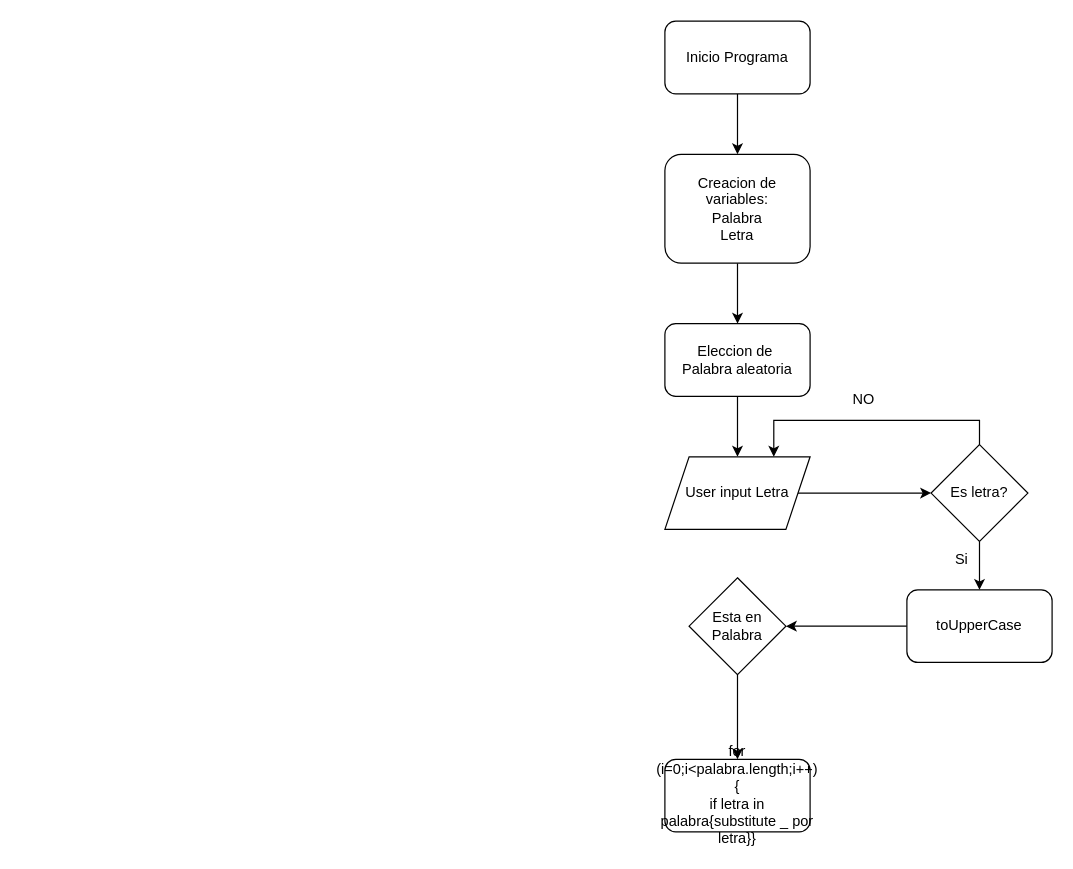
Earlier version of the draw.io diagram Base Datos/Diagramas ER/Entornos de Desarrollo.drawio (Gotrufo-Eloy/Proyectos). Source tidied: cells renumbered, new cells numbered last; positions are measured from the earlier drawing's top-left corner, leaving out a move shared by most shapes. Both pictures are drawn from the tidied source at 121%, with x=0, y=0 at pixel (664, 21).
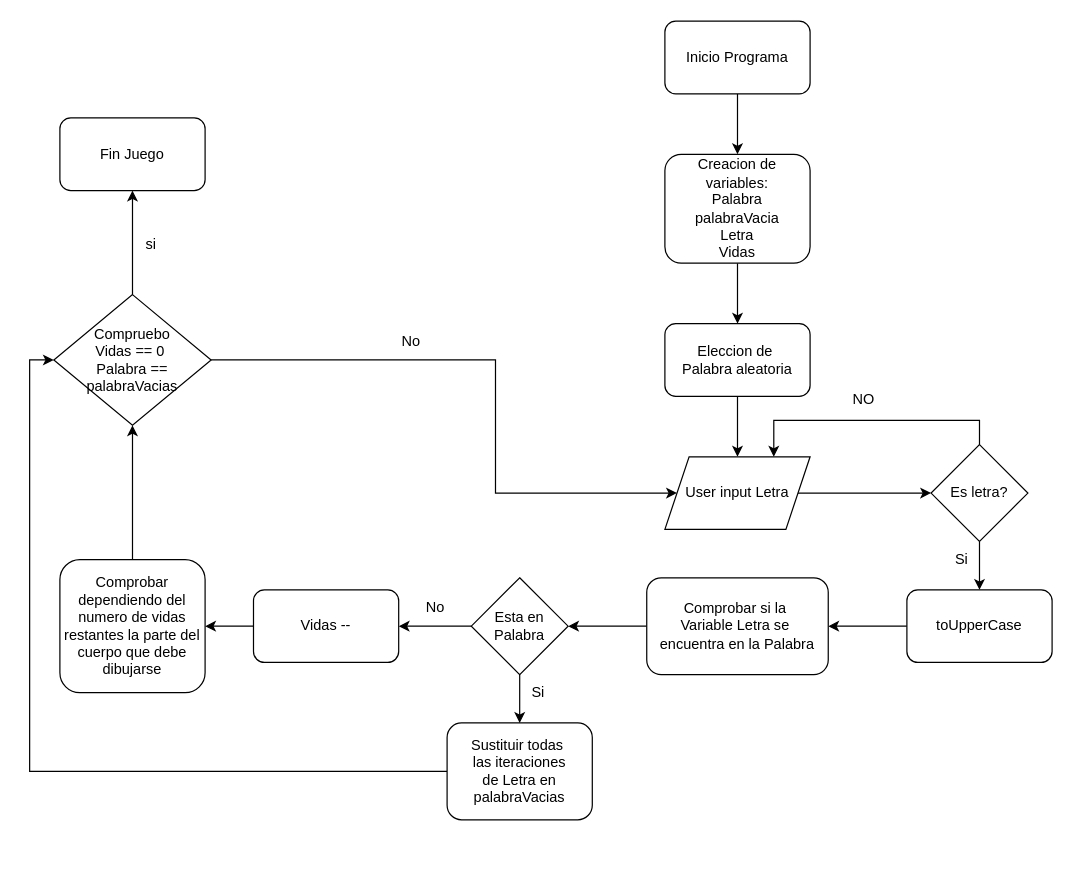
After the change.

Unchanged cells that the change refers to:
```xml
<mxCell id="12" value="toUpperCase" style="rounded=1;whiteSpace=wrap;html=1;" parent="1" vertex="1">
  <mxGeometry x="200" y="470" width="120" height="60" as="geometry" />
</mxCell>
<mxCell id="19" value="User input Letra" style="shape=parallelogram;perimeter=parallelogramPerimeter;whiteSpace=wrap;html=1;fixedSize=1;" parent="1" vertex="1">
  <mxGeometry y="360" width="120" height="60" as="geometry" />
</mxCell>
```

What changed in the source:
```diff
@@
-    <mxCell id="11" style="edgeStyle=orthogonalEdgeStyle;rounded=0;jettySize=auto;html=1;entryX=1;entryY=0.5;entryDx=0;entryDy=0;" parent="1" edge="1" source="12" target="15">
-      <mxGeometry relative="1" as="geometry" />
-    </mxCell>
+    <mxCell id="20" style="edgeStyle=orthogonalEdgeStyle;rounded=0;jettySize=auto;html=1;entryX=1;entryY=0.5;entryDx=0;entryDy=0;" parent="1" edge="1" source="12" target="16">
+      <mxGeometry relative="1" as="geometry" />
+    </mxCell>
@@
-    <mxCell id="14" style="edgeStyle=orthogonalEdgeStyle;rounded=0;jettySize=auto;html=1;entryX=0.5;entryY=0;entryDx=0;entryDy=0;" parent="1" edge="1" source="15" target="16">
-      <mxGeometry relative="1" as="geometry" />
-    </mxCell>
+    <mxCell id="21" style="edgeStyle=orthogonalEdgeStyle;rounded=0;jettySize=auto;html=1;entryX=0.5;entryY=0;entryDx=0;entryDy=0;" parent="1" edge="1" source="15" target="25">
+      <mxGeometry relative="1" as="geometry" />
+    </mxCell>
+    <mxCell id="22" style="edgeStyle=orthogonalEdgeStyle;rounded=0;jettySize=auto;html=1;entryX=1;entryY=0.5;entryDx=0;entryDy=0;" parent="1" edge="1" source="15" target="28">
+      <mxGeometry relative="1" as="geometry" />
+    </mxCell>
     <mxCell id="15" value="Esta en Palabra" style="rhombus;whiteSpace=wrap;html=1;" parent="1" vertex="1">
-      <mxGeometry x="20" y="460" width="80" height="80" as="geometry" />
+      <mxGeometry x="-160" y="460" width="80" height="80" as="geometry" />
     </mxCell>
+    <mxCell id="23" style="edgeStyle=orthogonalEdgeStyle;rounded=0;jettySize=auto;html=1;entryX=1;entryY=0.5;entryDx=0;entryDy=0;" parent="1" edge="1" source="16" target="15">
+      <mxGeometry relative="1" as="geometry" />
+    </mxCell>
-    <mxCell id="16" value="for (i=0;i&amp;lt;palabra.length;i++){&lt;br&gt;if letra in palabra{substitute _ por letra}}" style="rounded=1;whiteSpace=wrap;html=1;" parent="1" vertex="1">
-      <mxGeometry y="610" width="120" height="60" as="geometry" />
+    <mxCell id="16" value="Comprobar si la&amp;nbsp;&lt;br&gt;Variable Letra se&amp;nbsp;&lt;br&gt;encuentra en la Palabra" style="rounded=1;whiteSpace=wrap;html=1;" parent="1" vertex="1">
+      <mxGeometry x="-15" y="460" width="150" height="80" as="geometry" />
     </mxCell>
@@
-    <mxCell id="18" value="Creacion de variables:&lt;br&gt;Palabra&lt;br&gt;Letra" style="rounded=1;whiteSpace=wrap;html=1;" parent="1" vertex="1">
+    <mxCell id="18" value="Creacion de variables:&lt;br&gt;Palabra&lt;br&gt;palabraVacia&lt;br&gt;Letra&lt;div&gt;Vidas&lt;/div&gt;" style="rounded=1;whiteSpace=wrap;html=1;" parent="1" vertex="1">
       <mxGeometry y="110" width="120" height="90" as="geometry" />
     </mxCell>
@@
+    <mxCell id="24" style="edgeStyle=orthogonalEdgeStyle;rounded=0;jettySize=auto;html=1;entryX=0;entryY=0.5;entryDx=0;entryDy=0;" parent="1" edge="1" source="25" target="32">
+      <mxGeometry relative="1" as="geometry" />
+    </mxCell>
+    <mxCell id="25" value="Sustituir todas&amp;nbsp;&lt;br&gt;las iteraciones&lt;br&gt;de Letra en palabraVacias" style="rounded=1;whiteSpace=wrap;html=1;" parent="1" vertex="1">
+      <mxGeometry x="-180" y="580" width="120" height="80" as="geometry" />
+    </mxCell>
+    <mxCell id="26" value="Si" style="text;html=1;align=center;verticalAlign=middle;strokeColor=none;fillColor=none;" parent="1" vertex="1">
+      <mxGeometry x="-120" y="540" width="30" height="30" as="geometry" />
+    </mxCell>
+    <mxCell id="27" style="edgeStyle=orthogonalEdgeStyle;rounded=0;jettySize=auto;html=1;entryX=1;entryY=0.5;entryDx=0;entryDy=0;" parent="1" edge="1" source="28" target="36">
+      <mxGeometry relative="1" as="geometry" />
+    </mxCell>
+    <mxCell id="28" value="Vidas --" style="rounded=1;whiteSpace=wrap;html=1;" parent="1" vertex="1">
+      <mxGeometry x="-340" y="470" width="120" height="60" as="geometry" />
+    </mxCell>
+    <mxCell id="29" value="No" style="text;html=1;align=center;verticalAlign=middle;strokeColor=none;fillColor=none;" parent="1" vertex="1">
+      <mxGeometry x="-210" y="470" width="40" height="30" as="geometry" />
+    </mxCell>
+    <mxCell id="30" style="edgeStyle=orthogonalEdgeStyle;rounded=0;jettySize=auto;html=1;entryX=0;entryY=0.5;entryDx=0;entryDy=0;" parent="1" edge="1" source="32" target="19">
+      <mxGeometry relative="1" as="geometry">
+        <Array as="points">
+          <mxPoint x="-140" y="280" />
+          <mxPoint x="-140" y="390" />
+        </Array>
+      </mxGeometry>
+    </mxCell>
+    <mxCell id="31" style="edgeStyle=orthogonalEdgeStyle;rounded=0;jettySize=auto;html=1;entryX=0.5;entryY=1;entryDx=0;entryDy=0;" parent="1" edge="1" source="32" target="34">
+      <mxGeometry relative="1" as="geometry" />
+    </mxCell>
+    <mxCell id="32" value="Compruebo&lt;br&gt;Vidas == 0&amp;nbsp;&lt;br&gt;Palabra == palabraVacias" style="rhombus;whiteSpace=wrap;html=1;" parent="1" vertex="1">
+      <mxGeometry x="-505" y="226" width="130" height="108" as="geometry" />
+    </mxCell>
+    <mxCell id="33" value="No" style="text;html=1;align=center;verticalAlign=middle;strokeColor=none;fillColor=none;" parent="1" vertex="1">
+      <mxGeometry x="-230" y="250" width="40" height="30" as="geometry" />
+    </mxCell>
+    <mxCell id="34" value="Fin Juego" style="rounded=1;whiteSpace=wrap;html=1;" parent="1" vertex="1">
+      <mxGeometry x="-500" y="80" width="120" height="60" as="geometry" />
+    </mxCell>
+    <mxCell id="35" style="edgeStyle=orthogonalEdgeStyle;rounded=0;jettySize=auto;html=1;entryX=0.5;entryY=1;entryDx=0;entryDy=0;" parent="1" edge="1" source="36" target="32">
+      <mxGeometry relative="1" as="geometry" />
+    </mxCell>
+    <mxCell id="36" value="Comprobar dependiendo del numero de vidas restantes la parte del cuerpo que debe dibujarse" style="rounded=1;whiteSpace=wrap;html=1;" parent="1" vertex="1">
+      <mxGeometry x="-500" y="445" width="120" height="110" as="geometry" />
+    </mxCell>
+    <mxCell id="37" value="si" style="text;html=1;align=center;verticalAlign=middle;strokeColor=none;fillColor=none;" parent="1" vertex="1">
+      <mxGeometry x="-440" y="170" width="30" height="30" as="geometry" />
+    </mxCell>
```
